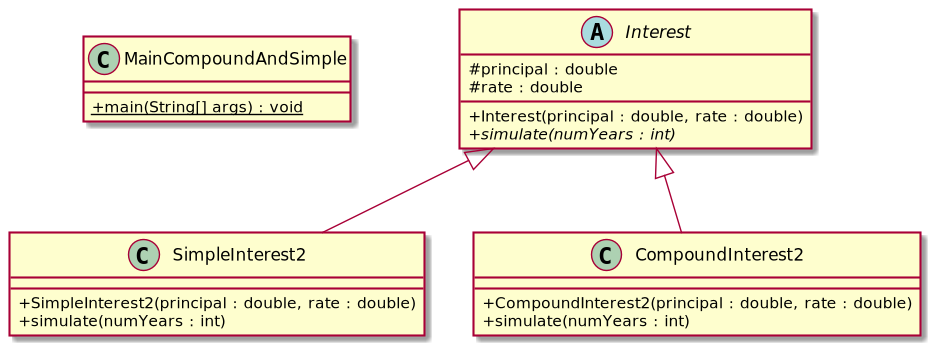
Above: src/compound_and_simple2.png in nilcamprubi/example_interest (PlantUML), before the change.
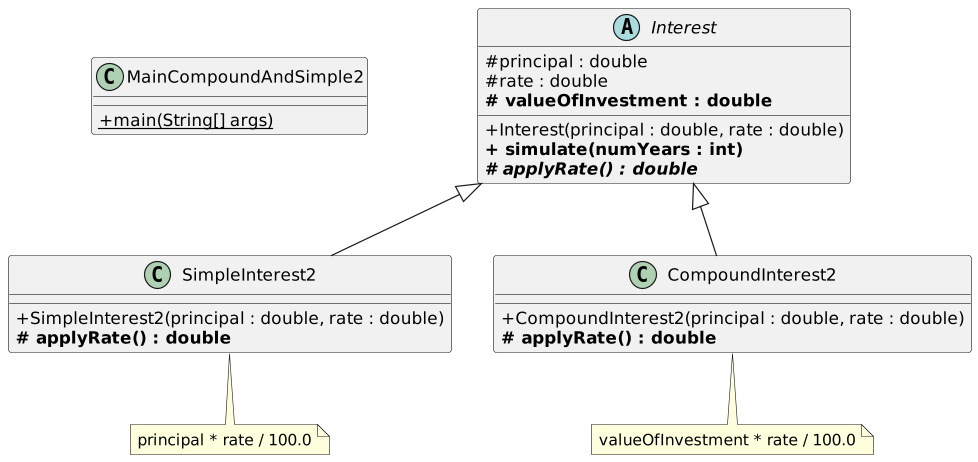
After the commit.

Change to the diagram source:
```diff
@@ -1,27 +1,31 @@
 @startuml
 skinparam classAttributeIconSize 0
 
-class MainCompoundAndSimple {
-+ {static} main(String[] args) : void
+class MainCompoundAndSimple2 {
++ {static} main(String[] args)
 }
-
 abstract class Interest {
 # principal : double
 # rate : double
+**# valueOfInvestment : double**
 + Interest(principal : double, rate : double)
-+ {abstract} simulate(numYears : int)
+**+ simulate(numYears : int)**
+**# {abstract} applyRate() : double**
 }
-
 class CompoundInterest2 extends Interest {
 + CompoundInterest2(principal : double, rate : double)
-+ simulate(numYears : int)
+**# applyRate() : double**
 }
-
 class SimpleInterest2 extends Interest {
 + SimpleInterest2(principal : double, rate : double)
-+ simulate(numYears : int)
+**# applyRate() : double**
 }
-
-MainCompoundAndSimple -[hidden]down-> SimpleInterest2
+note bottom of SimpleInterest2
+principal * rate / 100.0
+end note
+note bottom of CompoundInterest2
+valueOfInvestment * rate / 100.0
+end note
+MainCompoundAndSimple2 -[hidden]down-> SimpleInterest2
 SimpleInterest2 -[hidden]right-> CompoundInterest2
 @enduml
```
